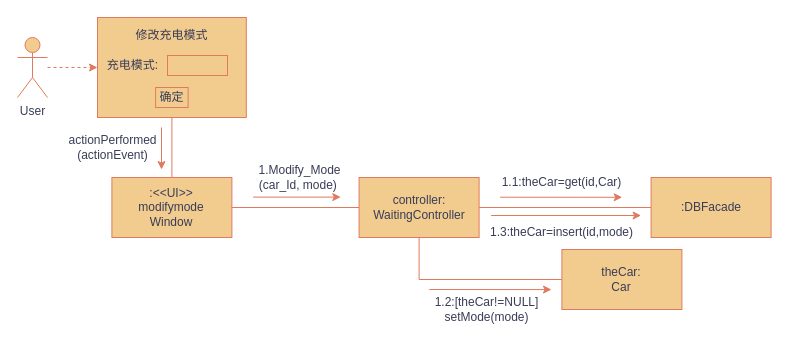
uk-pk-mkk/OOD-UML keeps this draw.io diagram as 2.1.3.drawio. Above is the earlier version. Source tidied: cells renumbered, new cells numbered last; positions are measured from the earlier drawing's top-left corner, leaving out a move shared by most shapes. Both pictures are drawn from the tidied source at 100%, with x=0, y=0 at pixel (17, 17).
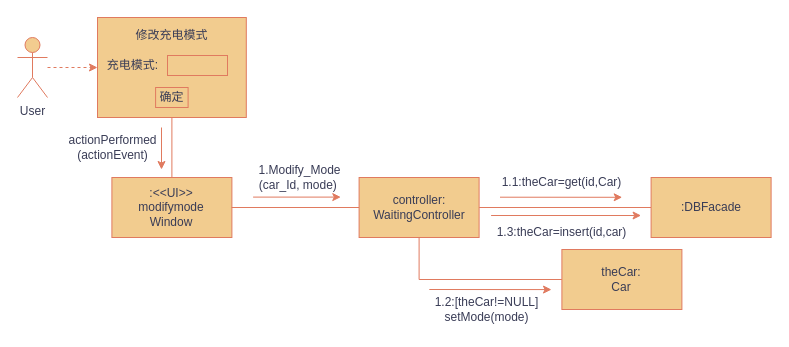
After the change.

Change to the diagram source:
```diff
@@
-    <mxCell id="17" value="1.3:theCar=insert(id,mode)" style="text;html=1;align=center;verticalAlign=middle;strokeColor=none;fillColor=none;rounded=0;labelBackgroundColor=none;fontColor=#393C56;" parent="1" vertex="1">
-      <mxGeometry x="453.6" y="200" width="180" height="30" as="geometry" />
+    <mxCell id="17" value="1.3:theCar=insert(id,car)" style="text;html=1;align=center;verticalAlign=middle;strokeColor=none;fillColor=none;rounded=0;labelBackgroundColor=none;fontColor=#393C56;" parent="1" vertex="1">
+      <mxGeometry x="468.6" y="200" width="150" height="30" as="geometry" />
     </mxCell>
```
